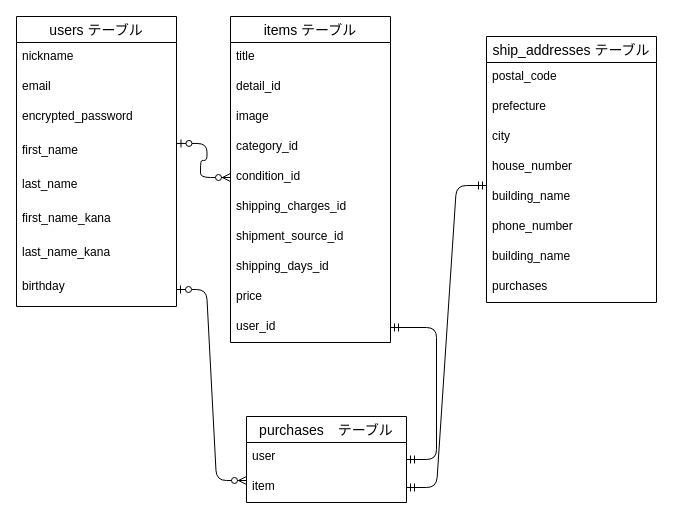
Above: furima.dio in toku39/furima-36088 (draw.io), before the change. Source tidied: cells renumbered, new cells numbered last; positions are measured from the earlier drawing's top-left corner, leaving out a move shared by most shapes. Both pictures are drawn from the tidied source at 100%, with x=0, y=0 at pixel (16, 16).
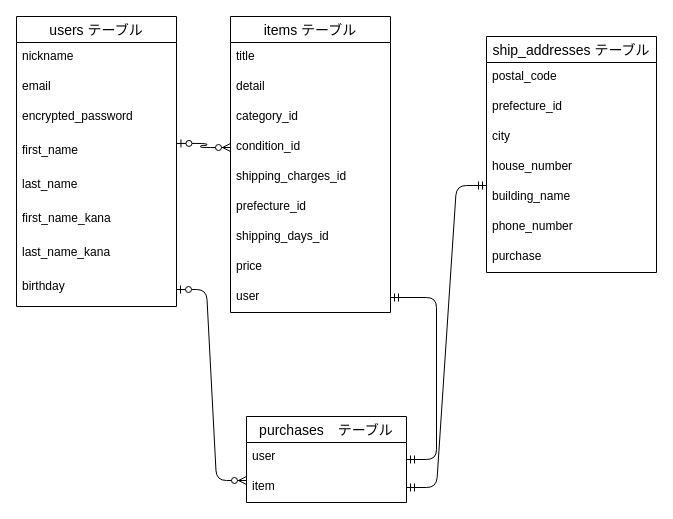
The same page after the edit.

Commit message (it also covers changes not shown here):
データベース設計　修正#3

What changed in the source:
```diff
@@
     <mxCell id="11" value="items テーブル" style="swimlane;fontStyle=0;horizontal=1;startSize=26;align=center;fontSize=14;" parent="1" vertex="1">
-      <mxGeometry x="214" width="160" height="326" as="geometry" />
+      <mxGeometry x="214" width="160" height="296" as="geometry" />
     </mxCell>
@@
-    <mxCell id="13" value="detail_id" style="text;strokeColor=none;fillColor=none;spacingLeft=4;spacingRight=4;overflow=hidden;fontSize=12;" parent="11" vertex="1">
+    <mxCell id="13" value="detail" style="text;strokeColor=none;fillColor=none;spacingLeft=4;spacingRight=4;overflow=hidden;fontSize=12;" parent="11" vertex="1">
       <mxGeometry y="56" width="160" height="30" as="geometry" />
     </mxCell>
-    <mxCell id="14" value="image" style="text;strokeColor=none;fillColor=none;spacingLeft=4;spacingRight=4;overflow=hidden;fontSize=12;" parent="11" vertex="1">
-      <mxGeometry y="86" width="160" height="30" as="geometry" />
-    </mxCell>
     <mxCell id="15" value="category_id" style="text;strokeColor=none;fillColor=none;spacingLeft=4;spacingRight=4;overflow=hidden;fontSize=12;" parent="11" vertex="1">
-      <mxGeometry y="116" width="160" height="30" as="geometry" />
+      <mxGeometry y="86" width="160" height="30" as="geometry" />
     </mxCell>
     <mxCell id="16" value="condition_id" style="text;strokeColor=none;fillColor=none;spacingLeft=4;spacingRight=4;overflow=hidden;points=[[0,0.5],[1,0.5]];portConstraint=eastwest;fontSize=12;" parent="11" vertex="1">
-      <mxGeometry y="146" width="160" height="30" as="geometry" />
+      <mxGeometry y="116" width="160" height="30" as="geometry" />
     </mxCell>
     <mxCell id="17" value="shipping_charges_id" style="text;strokeColor=none;fillColor=none;spacingLeft=4;spacingRight=4;overflow=hidden;fontSize=12;" parent="11" vertex="1">
-      <mxGeometry y="176" width="160" height="30" as="geometry" />
+      <mxGeometry y="146" width="160" height="30" as="geometry" />
     </mxCell>
-    <mxCell id="18" value="shipment_source_id" style="text;strokeColor=none;fillColor=none;spacingLeft=4;spacingRight=4;overflow=hidden;fontSize=12;" parent="11" vertex="1">
-      <mxGeometry y="206" width="160" height="30" as="geometry" />
+    <mxCell id="18" value="prefecture_id" style="text;strokeColor=none;fillColor=none;spacingLeft=4;spacingRight=4;overflow=hidden;fontSize=12;" parent="11" vertex="1">
+      <mxGeometry y="176" width="160" height="30" as="geometry" />
     </mxCell>
     <mxCell id="19" value="shipping_days_id" style="text;strokeColor=none;fillColor=none;spacingLeft=4;spacingRight=4;overflow=hidden;fontSize=12;" parent="11" vertex="1">
-      <mxGeometry y="236" width="160" height="30" as="geometry" />
+      <mxGeometry y="206" width="160" height="30" as="geometry" />
     </mxCell>
     <mxCell id="20" value="price" style="text;strokeColor=none;fillColor=none;spacingLeft=4;spacingRight=4;overflow=hidden;fontSize=12;" parent="11" vertex="1">
-      <mxGeometry y="266" width="160" height="30" as="geometry" />
+      <mxGeometry y="236" width="160" height="30" as="geometry" />
     </mxCell>
-    <mxCell id="21" value="user_id" style="text;strokeColor=none;fillColor=none;spacingLeft=4;spacingRight=4;overflow=hidden;points=[[0,0.5],[1,0.5]];portConstraint=eastwest;fontSize=12;" parent="11" vertex="1">
-      <mxGeometry y="296" width="160" height="30" as="geometry" />
+    <mxCell id="21" value="user" style="text;strokeColor=none;fillColor=none;spacingLeft=4;spacingRight=4;overflow=hidden;points=[[0,0.5],[1,0.5]];portConstraint=eastwest;fontSize=12;" parent="11" vertex="1">
+      <mxGeometry y="266" width="160" height="30" as="geometry" />
     </mxCell>
     <mxCell id="22" value="ship_addresses テーブル" style="swimlane;fontStyle=0;horizontal=1;startSize=26;align=center;fontSize=14;" parent="1" vertex="1">
-      <mxGeometry x="470" y="20" width="170" height="266" as="geometry" />
+      <mxGeometry x="470" y="20" width="170" height="236" as="geometry" />
     </mxCell>
@@
-    <mxCell id="24" value="prefecture" style="text;strokeColor=none;fillColor=none;spacingLeft=4;spacingRight=4;overflow=hidden;fontSize=12;" parent="22" vertex="1">
+    <mxCell id="24" value="prefecture_id" style="text;strokeColor=none;fillColor=none;spacingLeft=4;spacingRight=4;overflow=hidden;fontSize=12;" parent="22" vertex="1">
       <mxGeometry y="56" width="170" height="30" as="geometry" />
     </mxCell>
@@
-    <mxCell id="27" value="building_name" style="text;strokeColor=none;fillColor=none;spacingLeft=4;spacingRight=4;overflow=hidden;fontSize=12;" parent="22" vertex="1">
-      <mxGeometry y="146" width="170" height="30" as="geometry" />
-    </mxCell>
-    <mxCell id="28" value="phone_number" style="text;strokeColor=none;fillColor=none;spacingLeft=4;spacingRight=4;overflow=hidden;fontSize=12;" parent="22" vertex="1">
-      <mxGeometry y="176" width="170" height="30" as="geometry" />
+    <mxCell id="28" value="building_name" style="text;strokeColor=none;fillColor=none;spacingLeft=4;spacingRight=4;overflow=hidden;fontSize=12;" parent="22" vertex="1">
+      <mxGeometry y="146" width="170" height="30" as="geometry" />
     </mxCell>
-    <mxCell id="29" value="building_name" style="text;strokeColor=none;fillColor=none;spacingLeft=4;spacingRight=4;overflow=hidden;fontSize=12;" parent="22" vertex="1">
-      <mxGeometry y="206" width="170" height="30" as="geometry" />
+    <mxCell id="29" value="phone_number" style="text;strokeColor=none;fillColor=none;spacingLeft=4;spacingRight=4;overflow=hidden;fontSize=12;" parent="22" vertex="1">
+      <mxGeometry y="176" width="170" height="30" as="geometry" />
     </mxCell>
-    <mxCell id="30" value="purchases" style="text;strokeColor=none;fillColor=none;spacingLeft=4;spacingRight=4;overflow=hidden;fontSize=12;" parent="22" vertex="1">
-      <mxGeometry y="236" width="170" height="30" as="geometry" />
+    <mxCell id="30" value="purchase" style="text;strokeColor=none;fillColor=none;spacingLeft=4;spacingRight=4;overflow=hidden;fontSize=12;" parent="22" vertex="1">
+      <mxGeometry y="206" width="170" height="30" as="geometry" />
     </mxCell>
```
